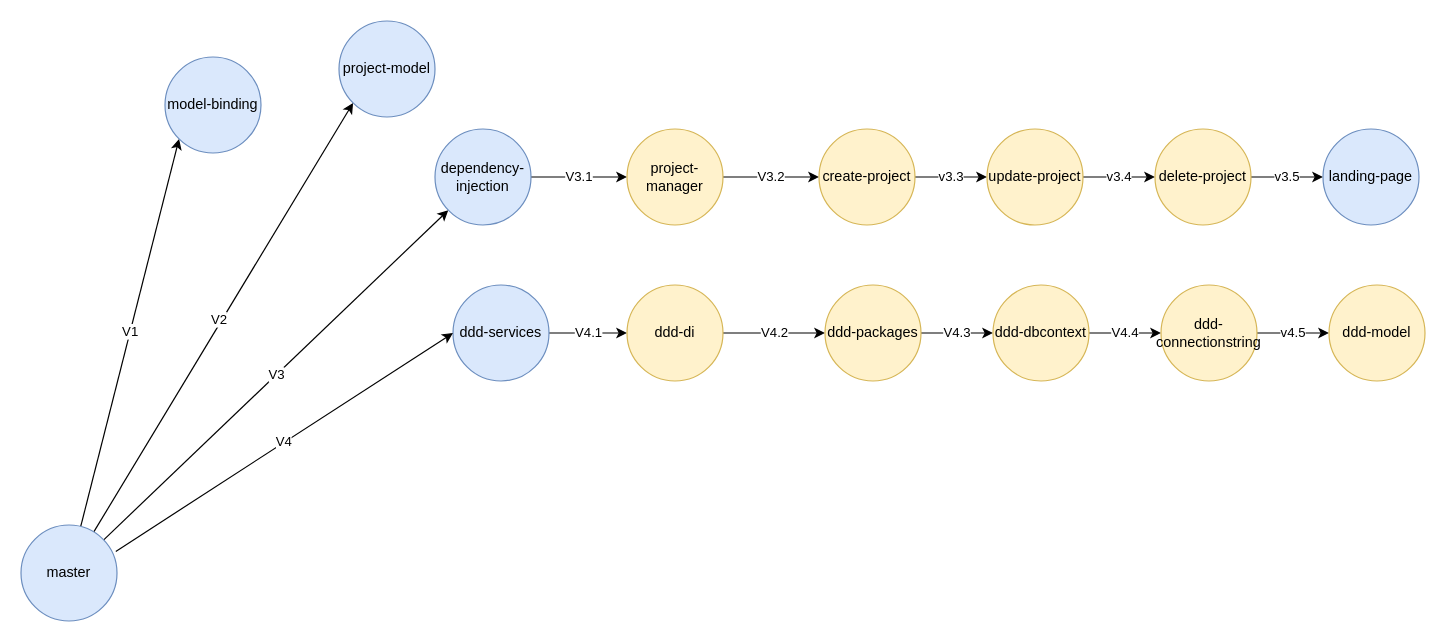
Before: PIS.drawio in zcomert/project-information-system, a draw.io diagram. Source tidied: cells renumbered, new cells numbered last; positions are measured from the earlier drawing's top-left corner, leaving out a move shared by most shapes. Both pictures are drawn from the tidied source at 120%, with x=0, y=0 at pixel (20, 20).
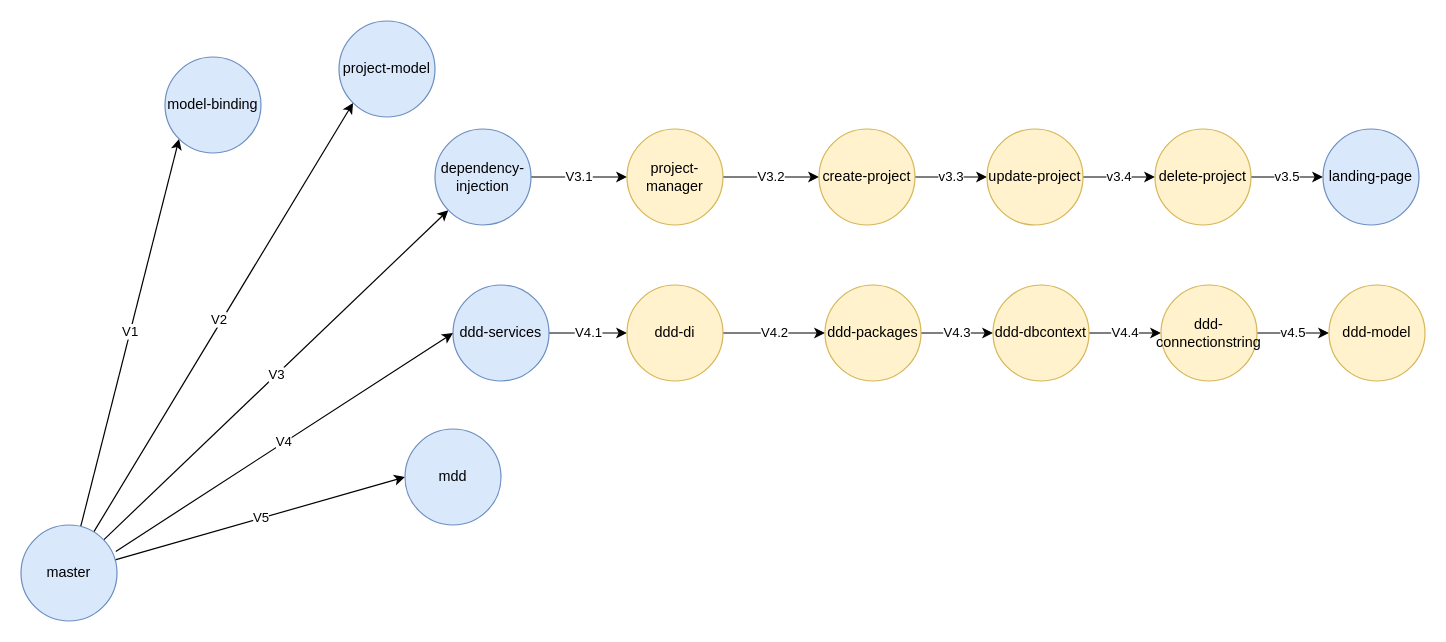
After the change.

Unchanged cells that the change refers to:
```xml
<mxCell id="6" value="master" style="ellipse;whiteSpace=wrap;html=1;fillColor=#dae8fc;strokeColor=#6c8ebf;" parent="1" vertex="1">
  <mxGeometry y="420" width="80" height="80" as="geometry" />
</mxCell>
```

Diff of the diagram source:
```diff
@@
+    <mxCell id="33" value="V5" style="rounded=0;jettySize=auto;html=1;entryX=0;entryY=0.5;entryDx=0;entryDy=0;" parent="1" edge="1" source="6" target="34">
+      <mxGeometry relative="1" as="geometry" />
+    </mxCell>
@@
+    <mxCell id="34" value="mdd" style="ellipse;whiteSpace=wrap;html=1;fillColor=#dae8fc;strokeColor=#6c8ebf;" parent="1" vertex="1">
+      <mxGeometry x="320" y="340" width="80" height="80" as="geometry" />
+    </mxCell>
```
